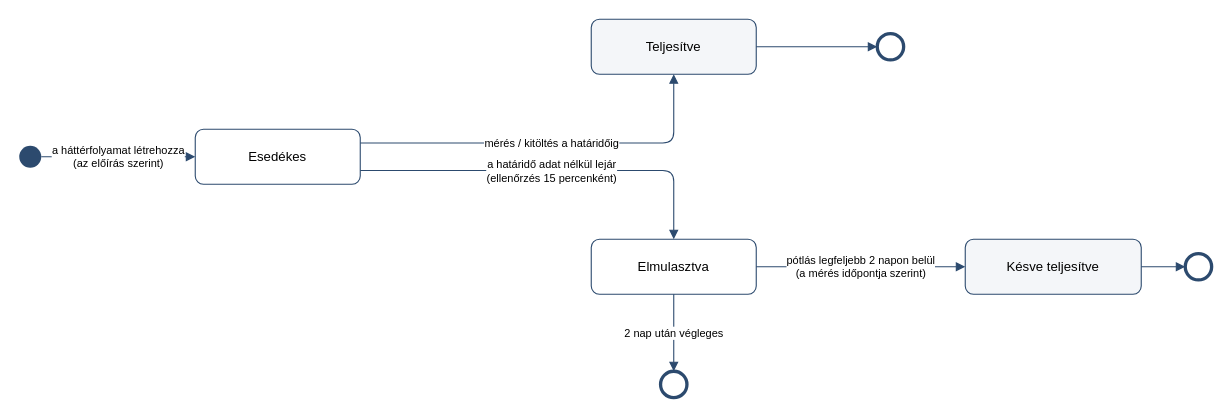
This is docs/M1/abrak/folyamat_kirendeles.drawio from szombatikoni/pulse, a draw.io file, before an edit. Source tidied: cells renumbered, new cells numbered last; positions are measured from the earlier drawing's top-left corner, leaving out a move shared by most shapes. Both pictures are drawn from the tidied source at 110%, with x=0, y=0 at pixel (19, 19).
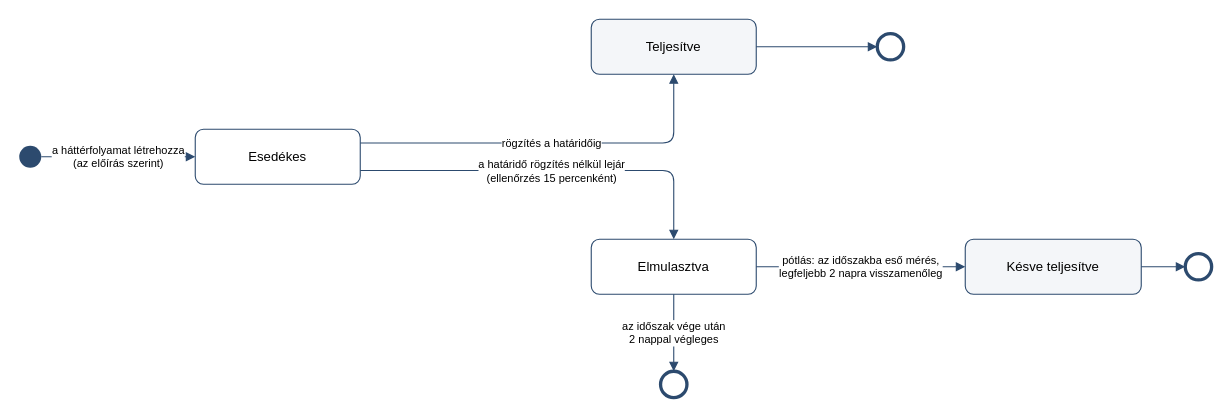
Above is the later version.

The edit, as a diff of the source:
```diff
@@
 <mxGraphModel>
   <root>
     <mxCell id="0" />
     <mxCell id="1" parent="0" />
     <mxCell id="2" style="ellipse;fillColor=#2C4A6E;strokeColor=none;" parent="1" vertex="1">
       <mxGeometry y="115" width="20" height="20" as="geometry" />
     </mxCell>
     <mxCell id="3" value="Esedékes" style="rounded=1;whiteSpace=wrap;html=1;fillColor=#FFFFFF;strokeColor=#2C4A6E;fontSize=12;" parent="1" vertex="1">
       <mxGeometry x="160" y="100" width="150" height="50" as="geometry" />
     </mxCell>
     <mxCell id="4" value="Teljesítve" style="rounded=1;whiteSpace=wrap;html=1;fillColor=#F4F6F9;strokeColor=#2C4A6E;fontSize=12;" parent="1" vertex="1">
       <mxGeometry x="520" width="150" height="50" as="geometry" />
     </mxCell>
     <mxCell id="5" value="Elmulasztva" style="rounded=1;whiteSpace=wrap;html=1;fillColor=#FFFFFF;strokeColor=#2C4A6E;fontSize=12;" parent="1" vertex="1">
       <mxGeometry x="520" y="200" width="150" height="50" as="geometry" />
     </mxCell>
     <mxCell id="6" value="Késve teljesítve" style="rounded=1;whiteSpace=wrap;html=1;fillColor=#F4F6F9;strokeColor=#2C4A6E;fontSize=12;" parent="1" vertex="1">
       <mxGeometry x="860" y="200" width="160" height="50" as="geometry" />
     </mxCell>
     <mxCell id="7" style="ellipse;fillColor=#FFFFFF;strokeColor=#2C4A6E;strokeWidth=3;" parent="1" vertex="1">
       <mxGeometry x="780" y="13" width="24" height="24" as="geometry" />
     </mxCell>
     <mxCell id="8" style="ellipse;fillColor=#FFFFFF;strokeColor=#2C4A6E;strokeWidth=3;" parent="1" vertex="1">
       <mxGeometry x="1060" y="213" width="24" height="24" as="geometry" />
     </mxCell>
     <mxCell id="9" style="ellipse;fillColor=#FFFFFF;strokeColor=#2C4A6E;strokeWidth=3;" parent="1" vertex="1">
       <mxGeometry x="583" y="320" width="24" height="24" as="geometry" />
     </mxCell>
     <mxCell id="10" value="a háttérfolyamat létrehozza&#10;(az előírás szerint)" style="edgeStyle=orthogonalEdgeStyle;html=1;fontSize=10;endArrow=block;strokeColor=#2C4A6E;" parent="1" edge="1" source="2" target="3">
       <mxGeometry relative="1" as="geometry" />
     </mxCell>
-    <mxCell id="11" value="mérés / kitöltés a határidőig" style="edgeStyle=orthogonalEdgeStyle;html=1;fontSize=10;endArrow=block;strokeColor=#2C4A6E;exitX=1;exitY=0.25;" parent="1" edge="1" source="3" target="4">
+    <mxCell id="11" value="rögzítés a határidőig" style="edgeStyle=orthogonalEdgeStyle;html=1;fontSize=10;endArrow=block;strokeColor=#2C4A6E;exitX=1;exitY=0.25;" parent="1" edge="1" source="3" target="4">
       <mxGeometry relative="1" as="geometry" />
     </mxCell>
-    <mxCell id="12" value="a határidő adat nélkül lejár&#10;(ellenőrzés 15 percenként)" style="edgeStyle=orthogonalEdgeStyle;html=1;fontSize=10;endArrow=block;strokeColor=#2C4A6E;exitX=1;exitY=0.75;" parent="1" edge="1" source="3" target="5">
+    <mxCell id="12" value="a határidő rögzítés nélkül lejár&#10;(ellenőrzés 15 percenként)" style="edgeStyle=orthogonalEdgeStyle;html=1;fontSize=10;endArrow=block;strokeColor=#2C4A6E;exitX=1;exitY=0.75;" parent="1" edge="1" source="3" target="5">
       <mxGeometry relative="1" as="geometry" />
     </mxCell>
-    <mxCell id="13" value="pótlás legfeljebb 2 napon belül&#10;(a mérés időpontja szerint)" style="edgeStyle=orthogonalEdgeStyle;html=1;fontSize=10;endArrow=block;strokeColor=#2C4A6E;" parent="1" edge="1" source="5" target="6">
+    <mxCell id="13" value="pótlás: az időszakba eső mérés,&#10;legfeljebb 2 napra visszamenőleg" style="edgeStyle=orthogonalEdgeStyle;html=1;fontSize=10;endArrow=block;strokeColor=#2C4A6E;" parent="1" edge="1" source="5" target="6">
       <mxGeometry relative="1" as="geometry" />
     </mxCell>
     <mxCell id="14" style="edgeStyle=orthogonalEdgeStyle;html=1;fontSize=10;endArrow=block;strokeColor=#2C4A6E;" parent="1" edge="1" source="4" target="7">
       <mxGeometry relative="1" as="geometry" />
     </mxCell>
     <mxCell id="15" style="edgeStyle=orthogonalEdgeStyle;html=1;fontSize=10;endArrow=block;strokeColor=#2C4A6E;" parent="1" edge="1" source="6" target="8">
       <mxGeometry relative="1" as="geometry" />
     </mxCell>
-    <mxCell id="16" value="2 nap után végleges" style="edgeStyle=orthogonalEdgeStyle;html=1;fontSize=10;endArrow=block;strokeColor=#2C4A6E;" parent="1" edge="1" source="5" target="9">
+    <mxCell id="16" value="az időszak vége után&#10;2 nappal végleges" style="edgeStyle=orthogonalEdgeStyle;html=1;fontSize=10;endArrow=block;strokeColor=#2C4A6E;" parent="1" edge="1" source="5" target="9">
       <mxGeometry relative="1" as="geometry" />
     </mxCell>
   </root>
 </mxGraphModel>
```
